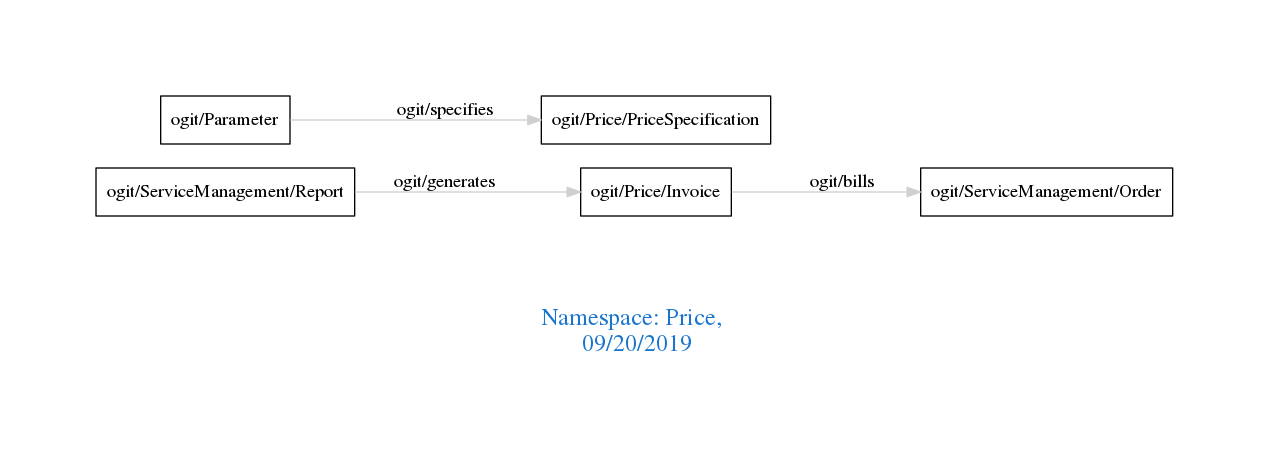
This is downloads/Price.png from arago/OGIT, a Graphviz export, as it was before one commit. Its source is kept beside it as downloads/Price.dot.
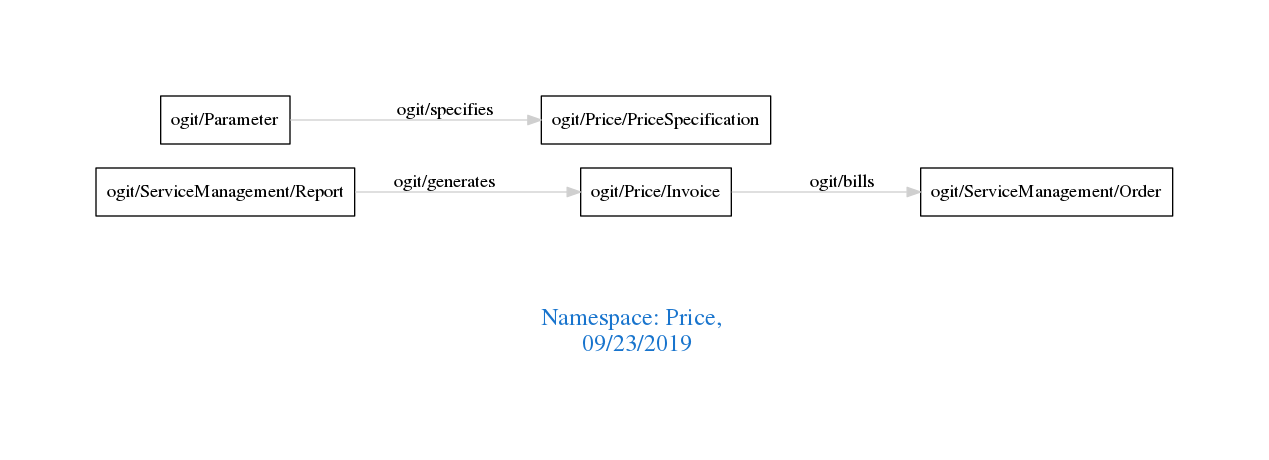
The same file after the commit.

Diff of the diagram source:
```diff
@@ -1,7 +1,7 @@
 digraph OGIT_ontology {
  graph [ rankdir= LR,pad=1
 fontsize = 18,
-fontcolor= dodgerblue3,label = "\n\n\nNamespace: Price, \n 09/20/2019"];
+fontcolor= dodgerblue3,label = "\n\n\nNamespace: Price, \n 09/23/2019"];
 node[shape=polygon];
 edge [  color="gray81"];
 
```
